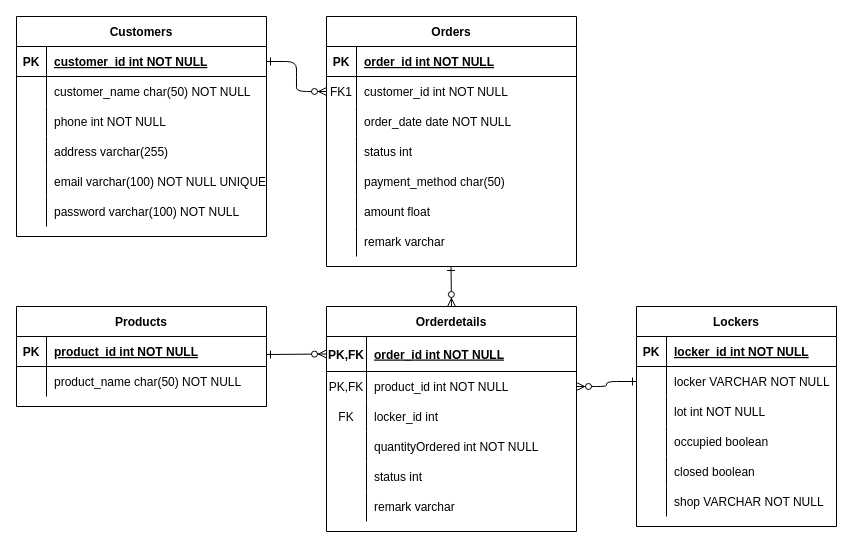
The draw.io diagram Database/database ERD.drawio in JakeChieng/IoTSmartLocker, before the edit. Source tidied: cells renumbered, new cells numbered last; positions are measured from the earlier drawing's top-left corner, leaving out a move shared by most shapes. Both pictures are drawn from the tidied source at 100%, with x=0, y=0 at pixel (16, 16).
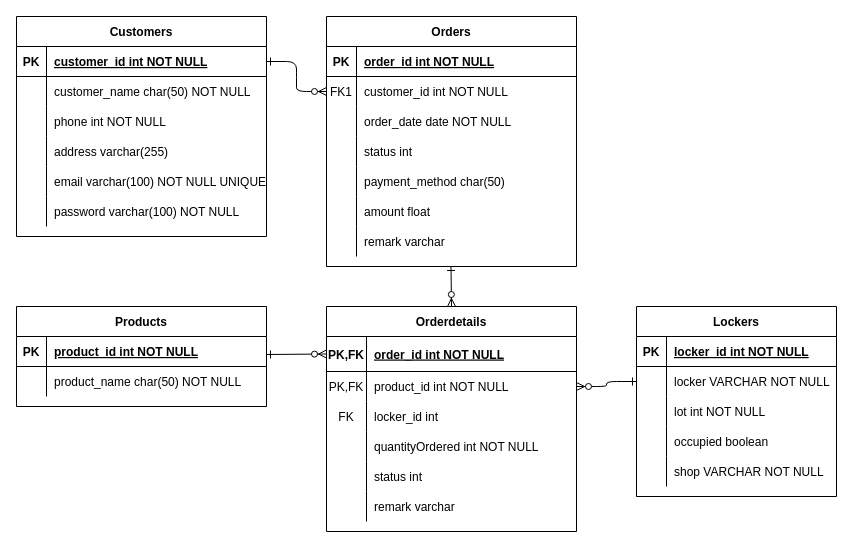
Above is the later version.

Change to the diagram source:
```diff
@@
     <mxCell id="26" value="Lockers" style="shape=table;startSize=30;childLayout=tableLayout;rowLines=0;fontStyle=1;align=center;" parent="1" vertex="1">
-      <mxGeometry x="620" y="290" width="200" height="220" as="geometry" />
+      <mxGeometry x="620" y="290" width="200" height="190" as="geometry" />
     </mxCell>
@@
-    <mxCell id="39" style="shape=partialRectangle;fillColor=none;top=0;left=0;right=0;bottom=0;" parent="26" vertex="1">
-      <mxGeometry y="150" width="200" height="30" as="geometry" />
-    </mxCell>
-    <mxCell id="40" style="shape=partialRectangle;overflow=hidden;fillColor=none;top=0;left=0;bottom=0;right=0;" parent="39" vertex="1">
-      <mxGeometry width="30" height="30" as="geometry" />
-    </mxCell>
-    <mxCell id="41" value="closed boolean" style="shape=partialRectangle;overflow=hidden;fillColor=none;top=0;left=0;bottom=0;right=0;align=left;spacingLeft=6;" parent="39" vertex="1">
-      <mxGeometry x="30" width="170" height="30" as="geometry" />
-    </mxCell>
     <mxCell id="42" style="shape=partialRectangle;fillColor=none;top=0;left=0;right=0;bottom=0;" parent="26" vertex="1">
-      <mxGeometry y="180" width="200" height="30" as="geometry" />
+      <mxGeometry y="150" width="200" height="30" as="geometry" />
     </mxCell>
```
